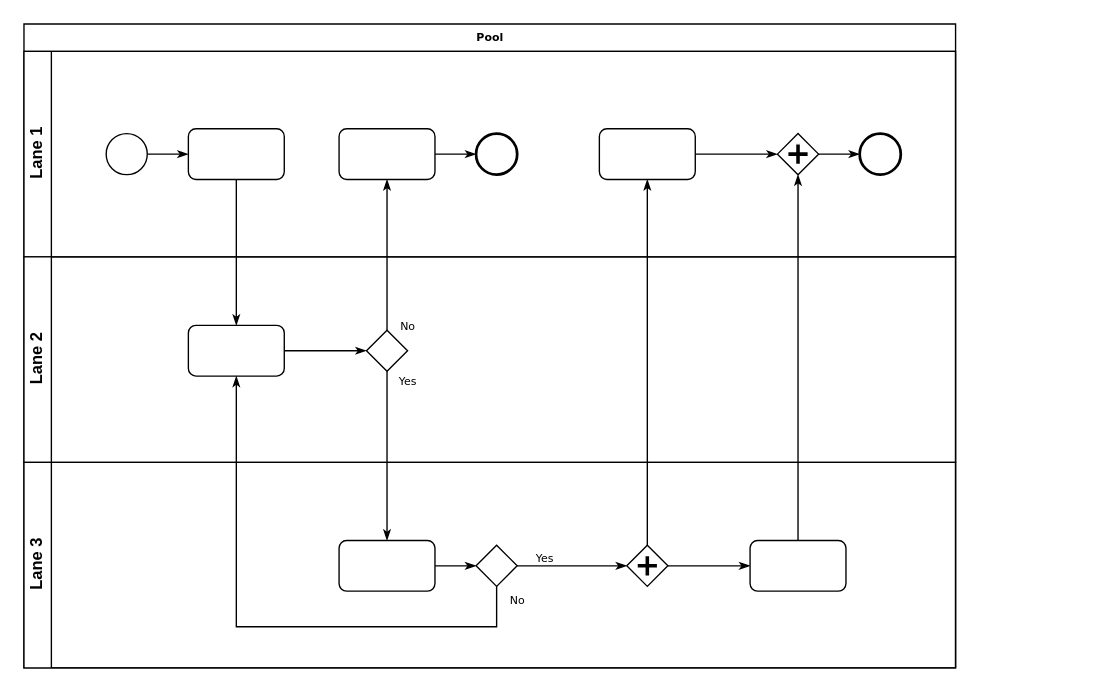
Earlier version of the draw.io diagram Untitled Diagram.drawio (Pawan883/demo). Source tidied: cells renumbered, new cells numbered last; positions are measured from the earlier drawing's top-left corner, leaving out a move shared by most shapes. Both pictures are drawn from the tidied source at 137%, with x=0, y=0 at pixel (23, 23).
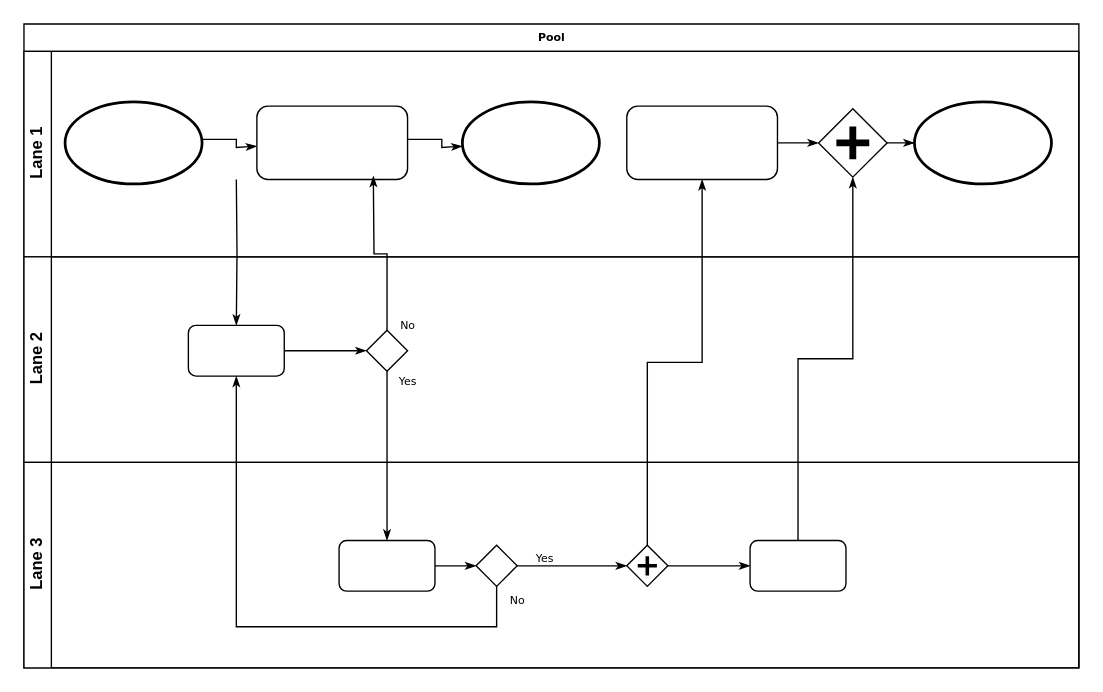
The same diagram, later.

The change refers to these unchanged cells:
```xml
<mxCell id="17" style="rounded=1;whiteSpace=wrap;html=1;shadow=0;labelBackgroundColor=none;strokeWidth=1;fontFamily=Verdana;fontSize=8;align=center;" parent="15" vertex="1">
  <mxGeometry x="120" y="50" width="70" height="37" as="geometry" />
</mxCell>
<mxCell id="18" style="strokeWidth=1;html=1;shape=mxgraph.flowchart.decision;whiteSpace=wrap;rounded=1;shadow=0;labelBackgroundColor=none;fontFamily=Verdana;fontSize=8;align=center;" parent="15" vertex="1">
  <mxGeometry x="250" y="53.5" width="30" height="30" as="geometry" />
</mxCell>
```

Change to the diagram source:
```diff
@@
     <mxCell id="2" value="Pool" style="swimlane;html=1;horizontal=1;startSize=20;rounded=0;shadow=0;labelBackgroundColor=none;strokeWidth=1;fontFamily=Verdana;fontSize=8;align=center;" parent="1" vertex="1">
-      <mxGeometry width="680" height="470" as="geometry" />
+      <mxGeometry width="770" height="470" as="geometry" />
     </mxCell>
     <mxCell id="3" value="Lane 1" style="swimlane;html=1;startSize=20;horizontal=0;" parent="2" vertex="1">
-      <mxGeometry y="20" width="680" height="150" as="geometry" />
+      <mxGeometry y="20" width="770" height="150" as="geometry" />
     </mxCell>
-    <mxCell id="4" style="edgeStyle=orthogonalEdgeStyle;rounded=0;html=1;labelBackgroundColor=none;startArrow=none;startFill=0;startSize=5;endArrow=classicThin;endFill=1;endSize=5;jettySize=auto;strokeWidth=1;fontFamily=Verdana;fontSize=8;" parent="3" edge="1" source="5" target="6">
-      <mxGeometry relative="1" as="geometry" />
-    </mxCell>
-    <mxCell id="5" style="ellipse;whiteSpace=wrap;html=1;rounded=0;shadow=0;labelBackgroundColor=none;strokeWidth=1;fontFamily=Verdana;fontSize=8;align=center;" parent="3" vertex="1">
-      <mxGeometry x="60" y="60" width="30" height="30" as="geometry" />
-    </mxCell>
-    <mxCell id="6" style="rounded=1;whiteSpace=wrap;html=1;shadow=0;labelBackgroundColor=none;strokeWidth=1;fontFamily=Verdana;fontSize=8;align=center;" parent="3" vertex="1">
-      <mxGeometry x="120" y="56.5" width="70" height="37" as="geometry" />
-    </mxCell>
-    <mxCell id="7" style="edgeStyle=orthogonalEdgeStyle;rounded=0;html=1;labelBackgroundColor=none;startArrow=none;startFill=0;startSize=5;endArrow=classicThin;endFill=1;endSize=5;jettySize=auto;strokeWidth=1;fontFamily=Verdana;fontSize=8;" parent="3" edge="1" source="8" target="9">
-      <mxGeometry relative="1" as="geometry" />
-    </mxCell>
-    <mxCell id="8" style="rounded=1;whiteSpace=wrap;html=1;shadow=0;labelBackgroundColor=none;strokeWidth=1;fontFamily=Verdana;fontSize=8;align=center;" parent="3" vertex="1">
-      <mxGeometry x="230" y="56.5" width="70" height="37" as="geometry" />
-    </mxCell>
-    <mxCell id="9" style="ellipse;whiteSpace=wrap;html=1;rounded=0;shadow=0;labelBackgroundColor=none;strokeWidth=2;fontFamily=Verdana;fontSize=8;align=center;" parent="3" vertex="1">
-      <mxGeometry x="330" y="60" width="30" height="30" as="geometry" />
-    </mxCell>
@@
     <mxCell id="11" style="rounded=1;whiteSpace=wrap;html=1;shadow=0;labelBackgroundColor=none;strokeWidth=1;fontFamily=Verdana;fontSize=8;align=center;" parent="3" vertex="1">
-      <mxGeometry x="420" y="56.5" width="70" height="37" as="geometry" />
+      <mxGeometry x="440" y="40" width="110" height="53.5" as="geometry" />
     </mxCell>
@@
     <mxCell id="13" style="shape=mxgraph.bpmn.shape;html=1;verticalLabelPosition=bottom;labelBackgroundColor=#ffffff;verticalAlign=top;perimeter=rhombusPerimeter;background=gateway;outline=none;symbol=parallelGw;rounded=1;shadow=0;strokeWidth=1;fontFamily=Verdana;fontSize=8;align=center;" parent="3" vertex="1">
-      <mxGeometry x="550" y="60" width="30" height="30" as="geometry" />
+      <mxGeometry x="580" y="41.8" width="50" height="50" as="geometry" />
     </mxCell>
     <mxCell id="14" style="ellipse;whiteSpace=wrap;html=1;rounded=0;shadow=0;labelBackgroundColor=none;strokeWidth=2;fontFamily=Verdana;fontSize=8;align=center;" parent="3" vertex="1">
-      <mxGeometry x="610" y="60" width="30" height="30" as="geometry" />
+      <mxGeometry x="650" y="36.8" width="100" height="60" as="geometry" />
     </mxCell>
+    <mxCell id="33" style="ellipse;whiteSpace=wrap;html=1;rounded=0;shadow=0;labelBackgroundColor=none;strokeWidth=2;fontFamily=Verdana;fontSize=8;align=center;" parent="3" vertex="1">
+      <mxGeometry x="320" y="36.8" width="100" height="60" as="geometry" />
+    </mxCell>
+    <mxCell id="34" style="ellipse;whiteSpace=wrap;html=1;rounded=0;shadow=0;labelBackgroundColor=none;strokeWidth=2;fontFamily=Verdana;fontSize=8;align=center;" parent="3" vertex="1">
+      <mxGeometry x="30" y="36.8" width="100" height="60" as="geometry" />
+    </mxCell>
+    <mxCell id="35" style="edgeStyle=orthogonalEdgeStyle;rounded=0;html=1;labelBackgroundColor=none;startArrow=none;startFill=0;startSize=5;endArrow=classicThin;endFill=1;endSize=5;jettySize=auto;orthogonalLoop=1;strokeWidth=1;fontFamily=Verdana;fontSize=8;" parent="3" edge="1">
+      <mxGeometry relative="1" as="geometry">
+        <mxPoint x="130" y="64.2" as="sourcePoint" />
+        <mxPoint x="170" y="69.2" as="targetPoint" />
+        <Array as="points">
+          <mxPoint x="155" y="64.2" />
+          <mxPoint x="155" y="70.2" />
+        </Array>
+      </mxGeometry>
+    </mxCell>
+    <mxCell id="36" style="edgeStyle=orthogonalEdgeStyle;rounded=0;html=1;labelBackgroundColor=none;startArrow=none;startFill=0;startSize=5;endArrow=classicThin;endFill=1;endSize=5;jettySize=auto;orthogonalLoop=1;strokeWidth=1;fontFamily=Verdana;fontSize=8;" parent="3" edge="1">
+      <mxGeometry relative="1" as="geometry">
+        <mxPoint x="280" y="64.2" as="sourcePoint" />
+        <mxPoint x="320" y="69.2" as="targetPoint" />
+        <Array as="points">
+          <mxPoint x="305" y="64.2" />
+          <mxPoint x="305" y="70.2" />
+        </Array>
+      </mxGeometry>
+    </mxCell>
+    <mxCell id="37" style="rounded=1;whiteSpace=wrap;html=1;shadow=0;labelBackgroundColor=none;strokeWidth=1;fontFamily=Verdana;fontSize=8;align=center;" parent="3" vertex="1">
+      <mxGeometry x="170" y="40" width="110" height="53.5" as="geometry" />
+    </mxCell>
     <mxCell id="15" value="Lane 2" style="swimlane;html=1;startSize=20;horizontal=0;" parent="2" vertex="1">
-      <mxGeometry y="170" width="680" height="150" as="geometry" />
+      <mxGeometry y="170" width="770" height="150" as="geometry" />
     </mxCell>
@@
     <mxCell id="19" value="Lane 3" style="swimlane;html=1;startSize=20;horizontal=0;" parent="2" vertex="1">
-      <mxGeometry y="320" width="680" height="150" as="geometry" />
+      <mxGeometry y="320" width="770" height="150" as="geometry" />
     </mxCell>
@@
-    <mxCell id="27" style="edgeStyle=orthogonalEdgeStyle;rounded=0;html=1;labelBackgroundColor=none;startArrow=none;startFill=0;startSize=5;endArrow=classicThin;endFill=1;endSize=5;jettySize=auto;strokeWidth=1;fontFamily=Verdana;fontSize=8;" parent="2" edge="1" source="6" target="17">
-      <mxGeometry relative="1" as="geometry" />
+    <mxCell id="27" style="edgeStyle=orthogonalEdgeStyle;rounded=0;html=1;labelBackgroundColor=none;startArrow=none;startFill=0;startSize=5;endArrow=classicThin;endFill=1;endSize=5;jettySize=auto;strokeWidth=1;fontFamily=Verdana;fontSize=8;" parent="2" edge="1" target="17">
+      <mxGeometry relative="1" as="geometry">
+        <mxPoint x="155" y="113.5" as="sourcePoint" />
+      </mxGeometry>
     </mxCell>
-    <mxCell id="28" value="No" style="edgeStyle=orthogonalEdgeStyle;rounded=0;html=1;labelBackgroundColor=none;startArrow=none;startFill=0;startSize=5;endArrow=classicThin;endFill=1;endSize=5;jettySize=auto;strokeWidth=1;fontFamily=Verdana;fontSize=8;" parent="2" edge="1" source="18" target="8">
-      <mxGeometry x="-0.94" y="-15" relative="1" as="geometry" />
+    <mxCell id="28" value="No" style="edgeStyle=orthogonalEdgeStyle;rounded=0;html=1;labelBackgroundColor=none;startArrow=none;startFill=0;startSize=5;endArrow=classicThin;endFill=1;endSize=5;jettySize=auto;strokeWidth=1;fontFamily=Verdana;fontSize=8;" parent="2" edge="1" source="18">
+      <mxGeometry x="-0.94" y="-15" relative="1" as="geometry">
+        <mxPoint x="255" y="111" as="targetPoint" />
+      </mxGeometry>
     </mxCell>
```
